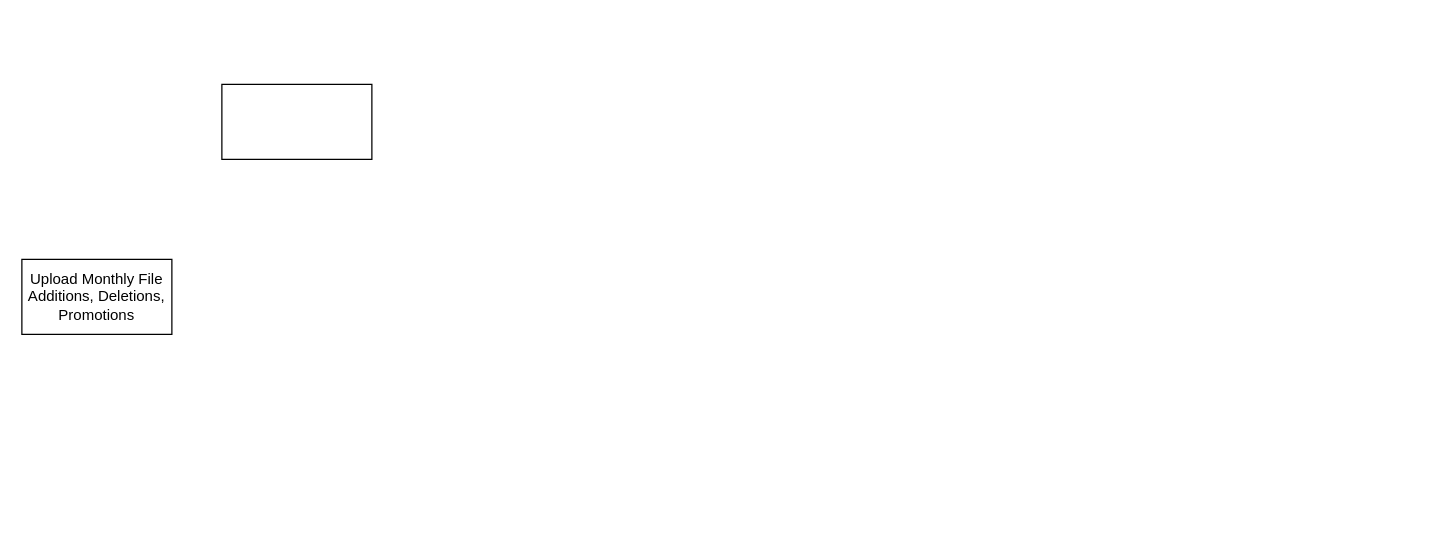
amardhingra/BubbulaBot keeps this draw.io diagram as Untitled Diagram.drawio. Above is the earlier version. Source tidied: cells renumbered, new cells numbered last; positions are measured from the earlier drawing's top-left corner, leaving out a move shared by most shapes. Both pictures are drawn from the tidied source at 125%, with x=0, y=0 at pixel (21, 84).
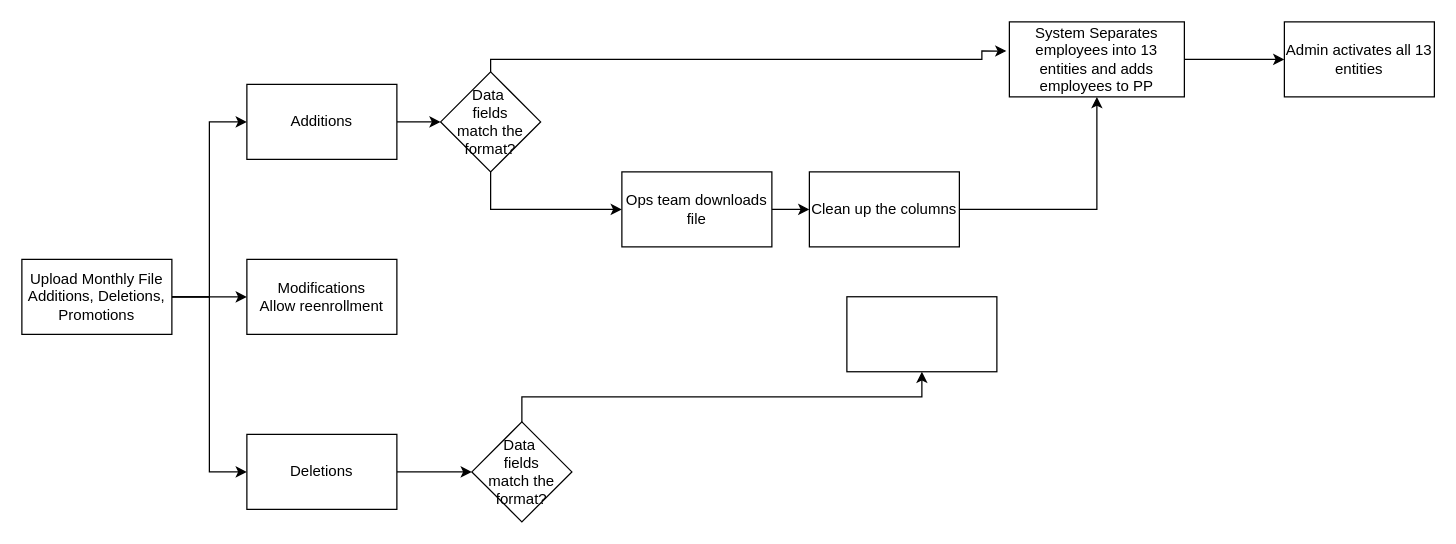
Above is the later version.

Unchanged cells that the change refers to:
```xml
<mxCell id="2" value="Upload Monthly File&lt;div&gt;Additions, Deletions, Promotions&lt;/div&gt;" style="rounded=0;whiteSpace=wrap;html=1;" parent="1" vertex="1">
  <mxGeometry y="140" width="120" height="60" as="geometry" />
</mxCell>
```

Diff of the diagram source:
```diff
@@
+    <mxCell id="4" style="edgeStyle=orthogonalEdgeStyle;rounded=0;jettySize=auto;html=1;exitX=1;exitY=0.5;exitDx=0;exitDy=0;entryX=0;entryY=0.5;entryDx=0;entryDy=0;" parent="1" edge="1" source="2" target="7">
+      <mxGeometry relative="1" as="geometry" />
+    </mxCell>
+    <mxCell id="5" style="edgeStyle=orthogonalEdgeStyle;rounded=0;jettySize=auto;html=1;exitX=1;exitY=0.5;exitDx=0;exitDy=0;entryX=0;entryY=0.5;entryDx=0;entryDy=0;" parent="1" edge="1" source="2" target="9">
+      <mxGeometry relative="1" as="geometry" />
+    </mxCell>
+    <mxCell id="6" style="edgeStyle=orthogonalEdgeStyle;rounded=0;jettySize=auto;html=1;exitX=1;exitY=0.5;exitDx=0;exitDy=0;entryX=0;entryY=0.5;entryDx=0;entryDy=0;" parent="1" edge="1" source="2" target="21">
+      <mxGeometry relative="1" as="geometry" />
+    </mxCell>
@@
-    <mxCell id="3" style="rounded=0;whiteSpace=wrap;html=1;" parent="1" vertex="1">
-      <mxGeometry x="160" width="120" height="60" as="geometry" />
-    </mxCell>
+    <mxCell id="7" value="Modifications&lt;div&gt;Allow reenrollment&lt;/div&gt;" style="rounded=0;whiteSpace=wrap;html=1;" parent="1" vertex="1">
+      <mxGeometry x="180" y="140" width="120" height="60" as="geometry" />
+    </mxCell>
+    <mxCell id="8" style="edgeStyle=orthogonalEdgeStyle;rounded=0;jettySize=auto;html=1;" parent="1" edge="1" source="9" target="23">
+      <mxGeometry relative="1" as="geometry" />
+    </mxCell>
+    <mxCell id="9" value="Deletions" style="rounded=0;whiteSpace=wrap;html=1;" parent="1" vertex="1">
+      <mxGeometry x="180" y="280" width="120" height="60" as="geometry" />
+    </mxCell>
+    <mxCell id="10" style="edgeStyle=orthogonalEdgeStyle;rounded=0;jettySize=auto;html=1;" parent="1" edge="1" source="11" target="12">
+      <mxGeometry relative="1" as="geometry" />
+    </mxCell>
+    <mxCell id="11" value="System Separates employees into 13 entities and adds employees to PP" style="rounded=0;whiteSpace=wrap;html=1;" parent="1" vertex="1">
+      <mxGeometry x="790" y="-50" width="140" height="60" as="geometry" />
+    </mxCell>
+    <mxCell id="12" value="Admin activates all 13 entities" style="whiteSpace=wrap;html=1;rounded=0;" parent="1" vertex="1">
+      <mxGeometry x="1010" y="-50" width="120" height="60" as="geometry" />
+    </mxCell>
+    <mxCell id="13" style="edgeStyle=orthogonalEdgeStyle;rounded=0;jettySize=auto;html=1;entryX=-0.017;entryY=0.389;entryDx=0;entryDy=0;entryPerimeter=0;" parent="1" edge="1" source="15" target="11">
+      <mxGeometry relative="1" as="geometry">
+        <Array as="points">
+          <mxPoint x="375" y="-20" />
+          <mxPoint x="768" y="-20" />
+        </Array>
+      </mxGeometry>
+    </mxCell>
+    <mxCell id="14" style="edgeStyle=orthogonalEdgeStyle;rounded=0;jettySize=auto;html=1;entryX=0;entryY=0.5;entryDx=0;entryDy=0;" parent="1" edge="1" source="15" target="17">
+      <mxGeometry relative="1" as="geometry">
+        <Array as="points">
+          <mxPoint x="375" y="100" />
+        </Array>
+      </mxGeometry>
+    </mxCell>
+    <mxCell id="15" value="Data&amp;nbsp;&lt;div&gt;fields match&amp;nbsp;&lt;span style=&quot;background-color: initial;&quot;&gt;the format?&lt;/span&gt;&lt;/div&gt;" style="rhombus;whiteSpace=wrap;html=1;" parent="1" vertex="1">
+      <mxGeometry x="335" y="-10" width="80" height="80" as="geometry" />
+    </mxCell>
+    <mxCell id="16" style="edgeStyle=orthogonalEdgeStyle;rounded=0;jettySize=auto;html=1;" parent="1" edge="1" source="17" target="19">
+      <mxGeometry relative="1" as="geometry" />
+    </mxCell>
+    <mxCell id="17" value="Ops team downloads file" style="rounded=0;whiteSpace=wrap;html=1;" parent="1" vertex="1">
+      <mxGeometry x="480" y="70" width="120" height="60" as="geometry" />
+    </mxCell>
+    <mxCell id="18" style="edgeStyle=orthogonalEdgeStyle;rounded=0;jettySize=auto;html=1;" parent="1" edge="1" source="19" target="11">
+      <mxGeometry relative="1" as="geometry" />
+    </mxCell>
+    <mxCell id="19" value="Clean up the columns" style="whiteSpace=wrap;html=1;rounded=0;" parent="1" vertex="1">
+      <mxGeometry x="630" y="70" width="120" height="60" as="geometry" />
+    </mxCell>
+    <mxCell id="20" style="edgeStyle=orthogonalEdgeStyle;rounded=0;jettySize=auto;html=1;" parent="1" edge="1" source="21" target="15">
+      <mxGeometry relative="1" as="geometry" />
+    </mxCell>
+    <mxCell id="21" value="Additions" style="rounded=0;whiteSpace=wrap;html=1;" parent="1" vertex="1">
+      <mxGeometry x="180" width="120" height="60" as="geometry" />
+    </mxCell>
+    <mxCell id="22" style="edgeStyle=orthogonalEdgeStyle;rounded=0;jettySize=auto;html=1;exitX=0.5;exitY=0;exitDx=0;exitDy=0;" parent="1" edge="1" source="23" target="24">
+      <mxGeometry relative="1" as="geometry" />
+    </mxCell>
+    <mxCell id="23" value="Data&amp;nbsp;&lt;div&gt;fields match&amp;nbsp;&lt;span style=&quot;background-color: initial;&quot;&gt;the format?&lt;/span&gt;&lt;/div&gt;" style="rhombus;whiteSpace=wrap;html=1;" parent="1" vertex="1">
+      <mxGeometry x="360" y="270" width="80" height="80" as="geometry" />
+    </mxCell>
+    <mxCell id="24" style="whiteSpace=wrap;html=1;" parent="1" vertex="1">
+      <mxGeometry x="660" y="169.9" width="120" height="60" as="geometry" />
+    </mxCell>
```
